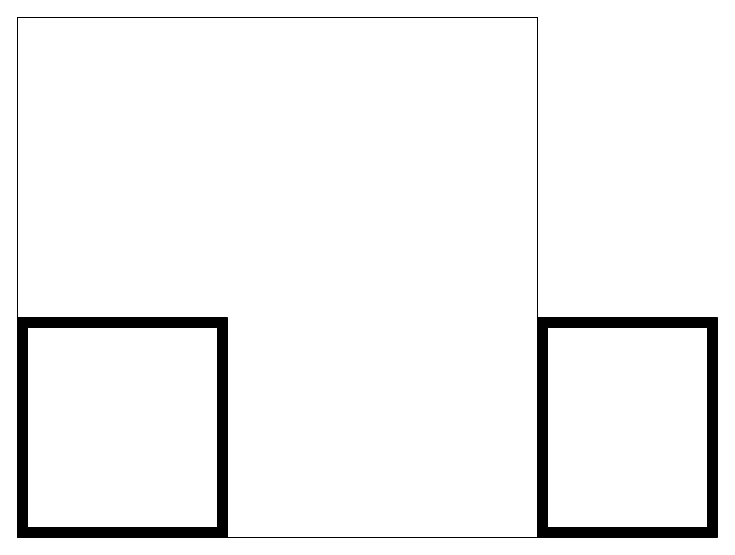
Earlier version of the draw.io diagram Untitled Diagram.drawio (mattwatts36/drawings). Source tidied: cells renumbered, new cells numbered last; positions are measured from the earlier drawing's top-left corner, leaving out a move shared by most shapes. Both pictures are drawn from the tidied source at 100%, with x=0, y=0 at pixel (17, 17).
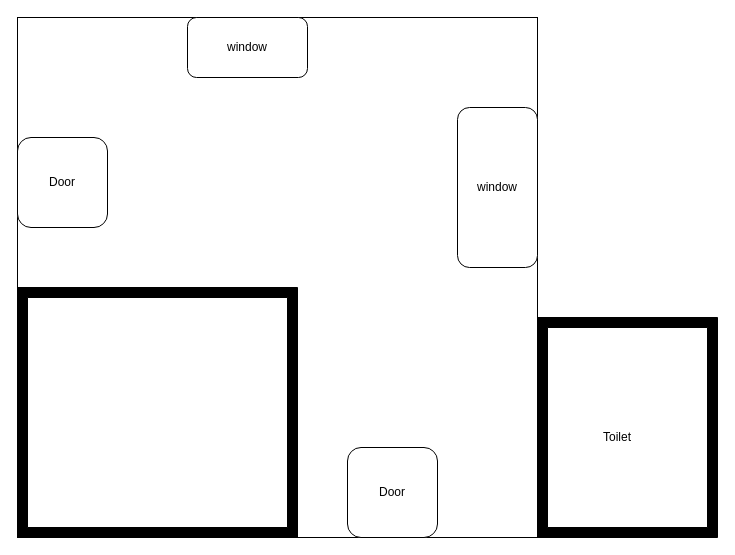
After the change.

Change to the diagram source:
```diff
@@
 <mxGraphModel>
   <root>
     <mxCell id="0" />
     <mxCell id="1" parent="0" />
     <mxCell id="2" style="whiteSpace=wrap;html=1;" parent="1" vertex="1">
       <mxGeometry width="520" height="520" as="geometry" />
     </mxCell>
     <mxCell id="3" style="verticalLabelPosition=bottom;html=1;verticalAlign=top;align=center;shape=mxgraph.floorplan.room;fillColor=#000000;" parent="1" vertex="1">
-      <mxGeometry y="300" width="210" height="220" as="geometry" />
+      <mxGeometry y="270" width="280" height="250" as="geometry" />
     </mxCell>
     <mxCell id="4" style="verticalLabelPosition=bottom;html=1;verticalAlign=top;align=center;shape=mxgraph.floorplan.room;fillColor=#000000;" parent="1" vertex="1">
       <mxGeometry x="520" y="300" width="180" height="220" as="geometry" />
     </mxCell>
+    <mxCell id="5" value="Toilet" style="text;html=1;strokeColor=none;fillColor=none;align=center;verticalAlign=middle;whiteSpace=wrap;rounded=0;" parent="1" vertex="1">
+      <mxGeometry x="580" y="410" width="40" height="20" as="geometry" />
+    </mxCell>
+    <mxCell id="6" value="window" style="rounded=1;whiteSpace=wrap;html=1;" parent="1" vertex="1">
+      <mxGeometry x="170" width="120" height="60" as="geometry" />
+    </mxCell>
+    <mxCell id="7" value="window" style="rounded=1;whiteSpace=wrap;html=1;" parent="1" vertex="1">
+      <mxGeometry x="440" y="90" width="80" height="160" as="geometry" />
+    </mxCell>
+    <mxCell id="8" value="Door" style="rounded=1;whiteSpace=wrap;html=1;" parent="1" vertex="1">
+      <mxGeometry y="120" width="90" height="90" as="geometry" />
+    </mxCell>
+    <mxCell id="9" value="Door" style="rounded=1;whiteSpace=wrap;html=1;" parent="1" vertex="1">
+      <mxGeometry x="330" y="430" width="90" height="90" as="geometry" />
+    </mxCell>
   </root>
 </mxGraphModel>
```
